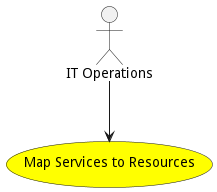
Above: docs/edgemere/sml/cb/usecases/mapservicestoresources/Activities.png in madajaju/edgemere (PlantUML), before the change. Its diagram source:
```plantuml
@startuml


usecase "Map Services to Resources" as MapServicestoResources #yellow

Actor "IT Operations" as ITOperations

ITOperations --> MapServicestoResources











@enduml
```
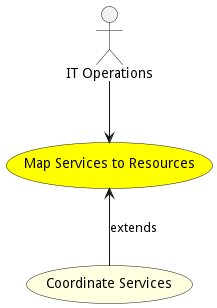
The same diagram one commit later.

What changed in the source:
```diff
@@ -11,6 +11,10 @@
 
 
 
+usecase "Coordinate Services" as CoordinateServices #lightyellow
+
+MapServicestoResources <-- CoordinateServices : extends
+
 
 
 
```
